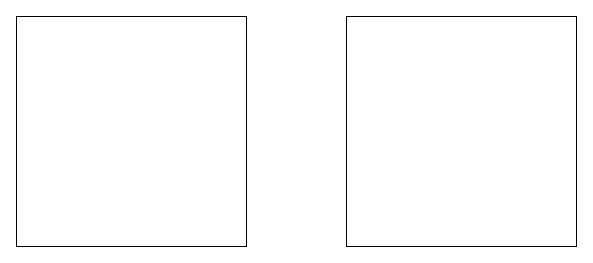
The draw.io diagram test.drawio in Allen5541/drawid-diagrams, before the edit. Source tidied: cells renumbered, new cells numbered last; positions are measured from the earlier drawing's top-left corner, leaving out a move shared by most shapes. Both pictures are drawn from the tidied source at 100%, with x=0, y=0 at pixel (16, 16).
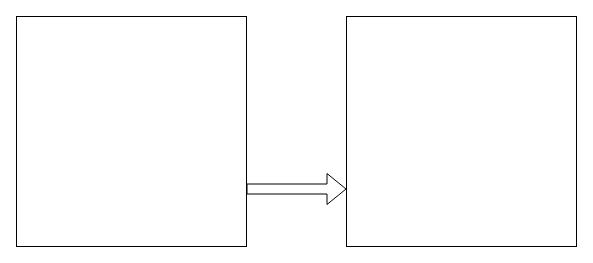
The same page after the edit.

Diff of the diagram source:
```diff
@@
 <mxGraphModel>
   <root>
     <mxCell id="0" />
     <mxCell id="1" parent="0" />
     <mxCell id="2" style="whiteSpace=wrap;html=1;" parent="1" vertex="1">
       <mxGeometry width="230" height="230" as="geometry" />
     </mxCell>
     <mxCell id="3" style="whiteSpace=wrap;html=1;" parent="1" vertex="1">
       <mxGeometry x="330" width="230" height="230" as="geometry" />
     </mxCell>
+    <mxCell id="4" style="shape=flexArrow;endArrow=classic;html=1;rounded=0;entryX=0;entryY=0.75;entryDx=0;entryDy=0;exitX=1;exitY=0.75;exitDx=0;exitDy=0;" parent="1" edge="1" source="2" target="3">
+      <mxGeometry relative="1" as="geometry" />
+    </mxCell>
   </root>
 </mxGraphModel>
```
